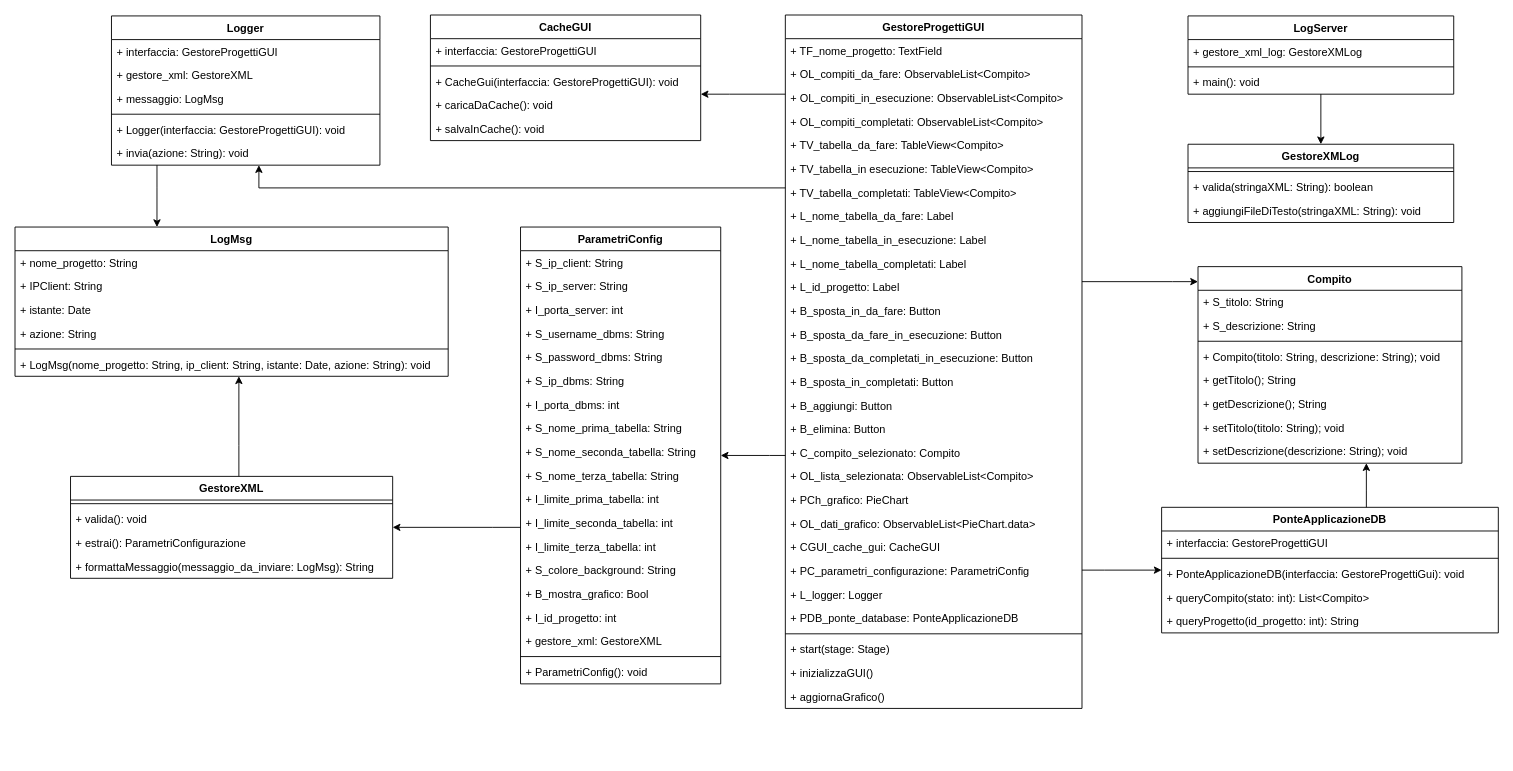
This is ClassUML.drawio from glmquint/KanbanApp, a draw.io file, before an edit. Source tidied: cells renumbered, new cells numbered last; positions are measured from the earlier drawing's top-left corner, leaving out a move shared by most shapes. Both pictures are drawn from the tidied source at 91%, with x=0, y=0 at pixel (15, 15).
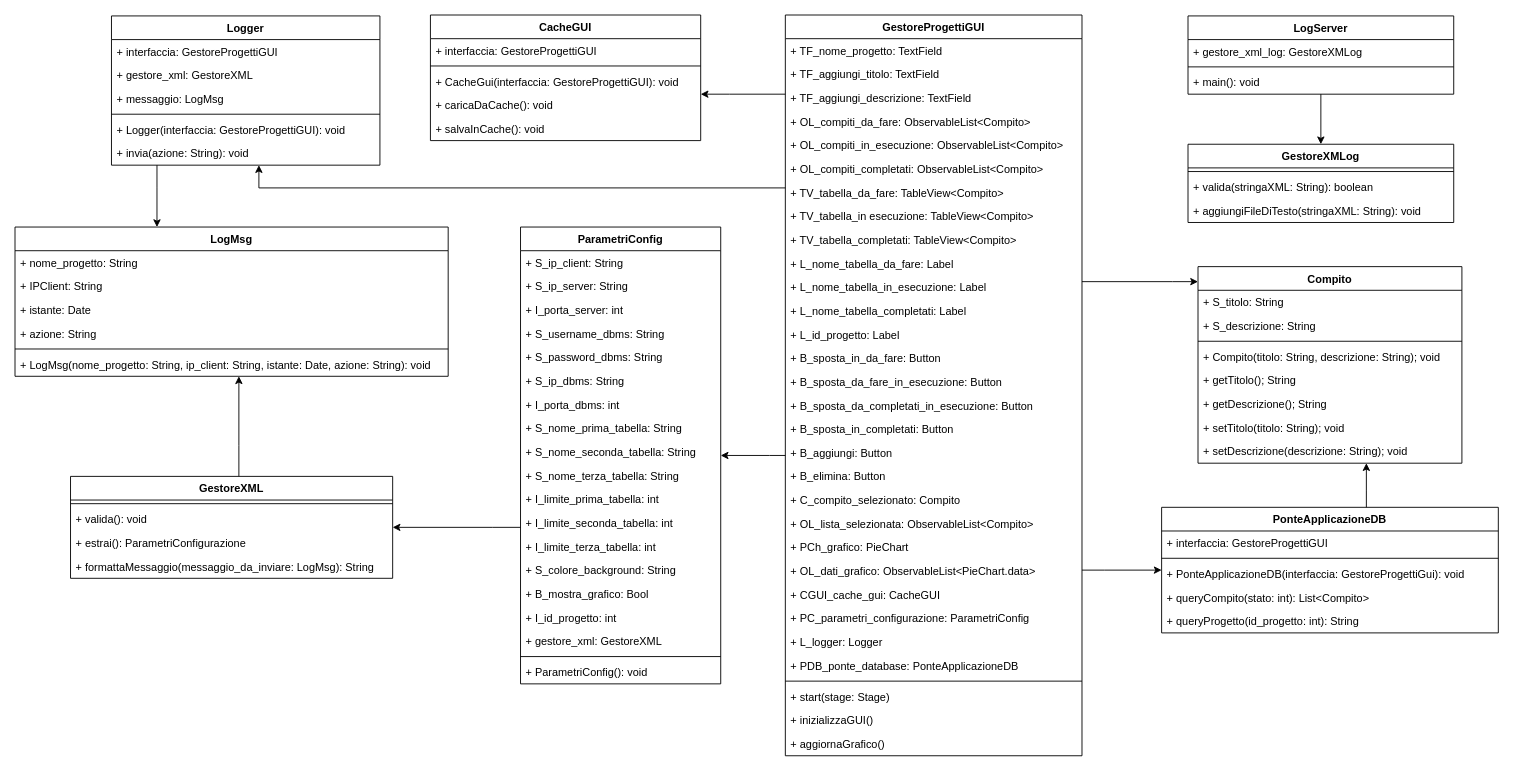
The same diagram, later.

Commit message:
bugfix ClassUML

Diff of the diagram source:
```diff
@@
     <mxCell id="5" value="GestoreProgettiGUI" style="swimlane;fontStyle=1;align=center;verticalAlign=top;horizontal=1;startSize=26;perimeter=rectanglePerimeter;" parent="1" vertex="1">
-      <mxGeometry x="846.5" width="326" height="762" as="geometry" />
+      <mxGeometry x="846.5" width="326" height="814" as="geometry" />
     </mxCell>
@@
+    <mxCell id="110" value="+ TF_aggiungi_titolo: TextField" style="text;strokeColor=none;fillColor=none;align=left;verticalAlign=top;spacingLeft=4;spacingRight=4;overflow=hidden;" parent="5" vertex="1">
+      <mxGeometry y="52" width="326" height="26" as="geometry" />
+    </mxCell>
+    <mxCell id="111" value="+ TF_aggiungi_descrizione: TextField" style="text;strokeColor=none;fillColor=none;align=left;verticalAlign=top;spacingLeft=4;spacingRight=4;overflow=hidden;" parent="5" vertex="1">
+      <mxGeometry y="78" width="326" height="26" as="geometry" />
+    </mxCell>
     <mxCell id="7" value="+ OL_compiti_da_fare: ObservableList&lt;Compito&gt;" style="text;strokeColor=none;fillColor=none;align=left;verticalAlign=top;spacingLeft=4;spacingRight=4;overflow=hidden;" parent="5" vertex="1">
-      <mxGeometry y="52" width="326" height="26" as="geometry" />
+      <mxGeometry y="104" width="326" height="26" as="geometry" />
     </mxCell>
     <mxCell id="8" value="+ OL_compiti_in_esecuzione: ObservableList&lt;Compito&gt;" style="text;strokeColor=none;fillColor=none;align=left;verticalAlign=top;spacingLeft=4;spacingRight=4;overflow=hidden;" parent="5" vertex="1">
-      <mxGeometry y="78" width="326" height="26" as="geometry" />
+      <mxGeometry y="130" width="326" height="26" as="geometry" />
     </mxCell>
     <mxCell id="9" value="+ OL_compiti_completati: ObservableList&lt;Compito&gt;" style="text;strokeColor=none;fillColor=none;align=left;verticalAlign=top;spacingLeft=4;spacingRight=4;overflow=hidden;" parent="5" vertex="1">
-      <mxGeometry y="104" width="326" height="26" as="geometry" />
+      <mxGeometry y="156" width="326" height="26" as="geometry" />
     </mxCell>
     <mxCell id="10" value="+ TV_tabella_da_fare: TableView&lt;Compito&gt;" style="text;strokeColor=none;fillColor=none;align=left;verticalAlign=top;spacingLeft=4;spacingRight=4;overflow=hidden;" parent="5" vertex="1">
-      <mxGeometry y="130" width="326" height="26" as="geometry" />
+      <mxGeometry y="182" width="326" height="26" as="geometry" />
     </mxCell>
     <mxCell id="11" value="+ TV_tabella_in esecuzione: TableView&lt;Compito&gt;" style="text;strokeColor=none;fillColor=none;align=left;verticalAlign=top;spacingLeft=4;spacingRight=4;overflow=hidden;" parent="5" vertex="1">
-      <mxGeometry y="156" width="326" height="26" as="geometry" />
+      <mxGeometry y="208" width="326" height="26" as="geometry" />
     </mxCell>
     <mxCell id="12" value="+ TV_tabella_completati: TableView&lt;Compito&gt;" style="text;strokeColor=none;fillColor=none;align=left;verticalAlign=top;spacingLeft=4;spacingRight=4;overflow=hidden;" parent="5" vertex="1">
-      <mxGeometry y="182" width="326" height="26" as="geometry" />
+      <mxGeometry y="234" width="326" height="26" as="geometry" />
     </mxCell>
     <mxCell id="13" value="+ L_nome_tabella_da_fare: Label" style="text;strokeColor=none;fillColor=none;align=left;verticalAlign=top;spacingLeft=4;spacingRight=4;overflow=hidden;" parent="5" vertex="1">
-      <mxGeometry y="208" width="326" height="26" as="geometry" />
+      <mxGeometry y="260" width="326" height="26" as="geometry" />
     </mxCell>
     <mxCell id="14" value="+ L_nome_tabella_in_esecuzione: Label" style="text;strokeColor=none;fillColor=none;align=left;verticalAlign=top;spacingLeft=4;spacingRight=4;overflow=hidden;" parent="5" vertex="1">
-      <mxGeometry y="234" width="326" height="26" as="geometry" />
+      <mxGeometry y="286" width="326" height="26" as="geometry" />
     </mxCell>
     <mxCell id="15" value="+ L_nome_tabella_completati: Label" style="text;strokeColor=none;fillColor=none;align=left;verticalAlign=top;spacingLeft=4;spacingRight=4;overflow=hidden;" parent="5" vertex="1">
-      <mxGeometry y="260" width="326" height="26" as="geometry" />
+      <mxGeometry y="312" width="326" height="26" as="geometry" />
     </mxCell>
     <mxCell id="16" value="+ L_id_progetto: Label" style="text;strokeColor=none;fillColor=none;align=left;verticalAlign=top;spacingLeft=4;spacingRight=4;overflow=hidden;" parent="5" vertex="1">
-      <mxGeometry y="286" width="326" height="26" as="geometry" />
+      <mxGeometry y="338" width="326" height="26" as="geometry" />
     </mxCell>
     <mxCell id="17" value="+ B_sposta_in_da_fare: Button" style="text;align=left;verticalAlign=top;spacingLeft=4;spacingRight=4;overflow=hidden;" parent="5" vertex="1">
-      <mxGeometry y="312" width="326" height="26" as="geometry" />
+      <mxGeometry y="364" width="326" height="26" as="geometry" />
     </mxCell>
     <mxCell id="18" value="+ B_sposta_da_fare_in_esecuzione: Button" style="text;strokeColor=none;fillColor=none;align=left;verticalAlign=top;spacingLeft=4;spacingRight=4;overflow=hidden;" parent="5" vertex="1">
-      <mxGeometry y="338" width="326" height="26" as="geometry" />
+      <mxGeometry y="390" width="326" height="26" as="geometry" />
     </mxCell>
     <mxCell id="19" value="+ B_sposta_da_completati_in_esecuzione: Button" style="text;strokeColor=none;fillColor=none;align=left;verticalAlign=top;spacingLeft=4;spacingRight=4;overflow=hidden;" parent="5" vertex="1">
-      <mxGeometry y="364" width="326" height="26" as="geometry" />
+      <mxGeometry y="416" width="326" height="26" as="geometry" />
     </mxCell>
     <mxCell id="20" value="+ B_sposta_in_completati: Button" style="text;strokeColor=none;fillColor=none;align=left;verticalAlign=top;spacingLeft=4;spacingRight=4;overflow=hidden;" parent="5" vertex="1">
-      <mxGeometry y="390" width="326" height="26" as="geometry" />
+      <mxGeometry y="442" width="326" height="26" as="geometry" />
     </mxCell>
     <mxCell id="21" value="+ B_aggiungi: Button" style="text;strokeColor=none;fillColor=none;align=left;verticalAlign=top;spacingLeft=4;spacingRight=4;overflow=hidden;" parent="5" vertex="1">
-      <mxGeometry y="416" width="326" height="26" as="geometry" />
+      <mxGeometry y="468" width="326" height="26" as="geometry" />
     </mxCell>
     <mxCell id="22" value="+ B_elimina: Button" style="text;strokeColor=none;fillColor=none;align=left;verticalAlign=top;spacingLeft=4;spacingRight=4;overflow=hidden;" parent="5" vertex="1">
-      <mxGeometry y="442" width="326" height="26" as="geometry" />
+      <mxGeometry y="494" width="326" height="26" as="geometry" />
     </mxCell>
     <mxCell id="23" value="+ C_compito_selezionato: Compito" style="text;strokeColor=none;fillColor=none;align=left;verticalAlign=top;spacingLeft=4;spacingRight=4;overflow=hidden;" parent="5" vertex="1">
-      <mxGeometry y="468" width="326" height="26" as="geometry" />
+      <mxGeometry y="520" width="326" height="26" as="geometry" />
     </mxCell>
     <mxCell id="24" value="+ OL_lista_selezionata: ObservableList&lt;Compito&gt;" style="text;strokeColor=none;fillColor=none;align=left;verticalAlign=top;spacingLeft=4;spacingRight=4;overflow=hidden;" parent="5" vertex="1">
-      <mxGeometry y="494" width="326" height="26" as="geometry" />
+      <mxGeometry y="546" width="326" height="26" as="geometry" />
     </mxCell>
     <mxCell id="25" value="+ PCh_grafico: PieChart" style="text;strokeColor=none;fillColor=none;align=left;verticalAlign=top;spacingLeft=4;spacingRight=4;overflow=hidden;" parent="5" vertex="1">
-      <mxGeometry y="520" width="326" height="26" as="geometry" />
+      <mxGeometry y="572" width="326" height="26" as="geometry" />
     </mxCell>
     <mxCell id="26" value="+ OL_dati_grafico: ObservableList&lt;PieChart.data&gt;" style="text;strokeColor=none;fillColor=none;align=left;verticalAlign=top;spacingLeft=4;spacingRight=4;overflow=hidden;" parent="5" vertex="1">
-      <mxGeometry y="546" width="326" height="26" as="geometry" />
+      <mxGeometry y="598" width="326" height="26" as="geometry" />
     </mxCell>
     <mxCell id="27" value="+ CGUI_cache_gui: CacheGUI" style="text;strokeColor=none;fillColor=none;align=left;verticalAlign=top;spacingLeft=4;spacingRight=4;overflow=hidden;" parent="5" vertex="1">
-      <mxGeometry y="572" width="326" height="26" as="geometry" />
+      <mxGeometry y="624" width="326" height="26" as="geometry" />
     </mxCell>
     <mxCell id="28" value="+ PC_parametri_configurazione: ParametriConfig" style="text;strokeColor=none;fillColor=none;align=left;verticalAlign=top;spacingLeft=4;spacingRight=4;overflow=hidden;" parent="5" vertex="1">
-      <mxGeometry y="598" width="326" height="26" as="geometry" />
+      <mxGeometry y="650" width="326" height="26" as="geometry" />
     </mxCell>
     <mxCell id="29" value="+ L_logger: Logger" style="text;strokeColor=none;fillColor=none;align=left;verticalAlign=top;spacingLeft=4;spacingRight=4;overflow=hidden;" parent="5" vertex="1">
-      <mxGeometry y="624" width="326" height="26" as="geometry" />
+      <mxGeometry y="676" width="326" height="26" as="geometry" />
     </mxCell>
     <mxCell id="30" value="+ PDB_ponte_database: PonteApplicazioneDB" style="text;strokeColor=none;fillColor=none;align=left;verticalAlign=top;spacingLeft=4;spacingRight=4;overflow=hidden;" parent="5" vertex="1">
-      <mxGeometry y="650" width="326" height="26" as="geometry" />
+      <mxGeometry y="702" width="326" height="26" as="geometry" />
     </mxCell>
     <mxCell id="31" style="line;strokeWidth=1;fillColor=none;align=left;verticalAlign=middle;spacingTop=-1;spacingLeft=3;spacingRight=3;labelPosition=right;" parent="5" vertex="1">
-      <mxGeometry y="676" width="326" height="8" as="geometry" />
+      <mxGeometry y="728" width="326" height="8" as="geometry" />
     </mxCell>
     <mxCell id="32" value="+ start(stage: Stage)" style="text;strokeColor=none;fillColor=none;align=left;verticalAlign=top;spacingLeft=4;spacingRight=4;overflow=hidden;" parent="5" vertex="1">
-      <mxGeometry y="684" width="326" height="26" as="geometry" />
+      <mxGeometry y="736" width="326" height="26" as="geometry" />
     </mxCell>
     <mxCell id="33" value="+ inizializzaGUI()" style="text;strokeColor=none;fillColor=none;align=left;verticalAlign=top;spacingLeft=4;spacingRight=4;overflow=hidden;" parent="5" vertex="1">
-      <mxGeometry y="710" width="326" height="26" as="geometry" />
+      <mxGeometry y="762" width="326" height="26" as="geometry" />
     </mxCell>
     <mxCell id="34" value="+ aggiornaGrafico()" style="text;strokeColor=none;fillColor=none;align=left;verticalAlign=top;spacingLeft=4;spacingRight=4;overflow=hidden;" parent="5" vertex="1">
-      <mxGeometry y="736" width="326" height="26" as="geometry" />
+      <mxGeometry y="788" width="326" height="26" as="geometry" />
     </mxCell>
```
